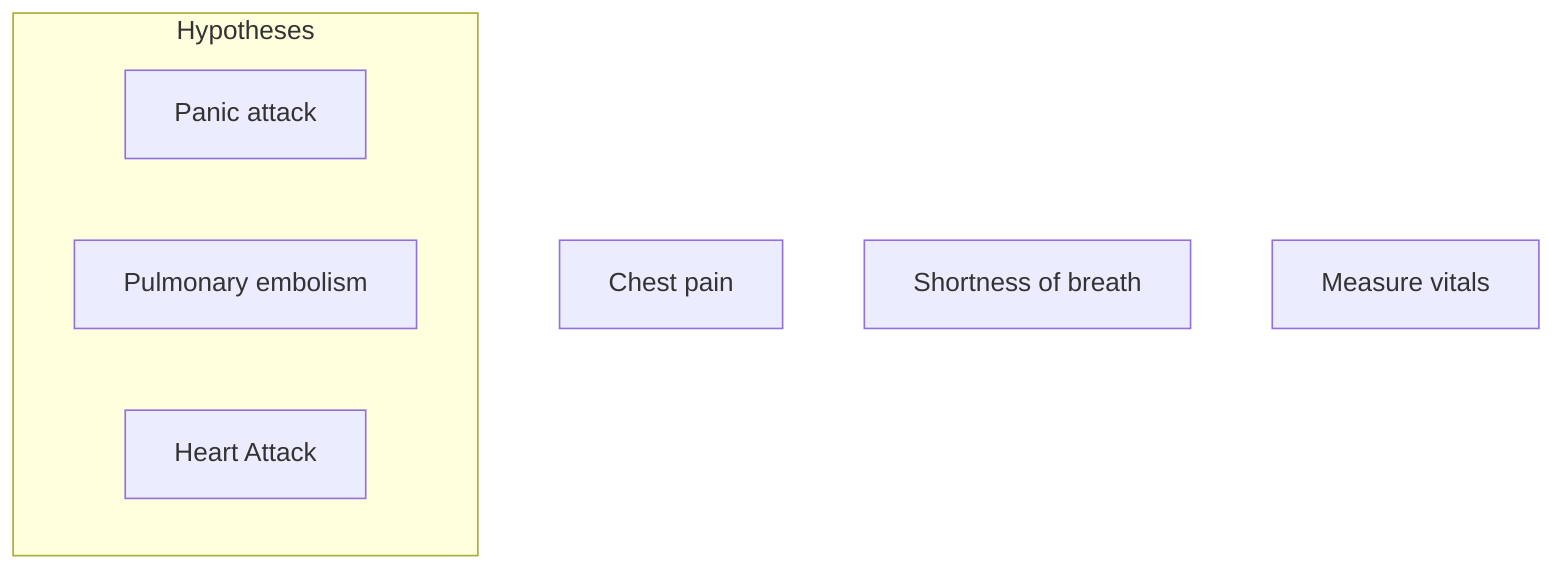
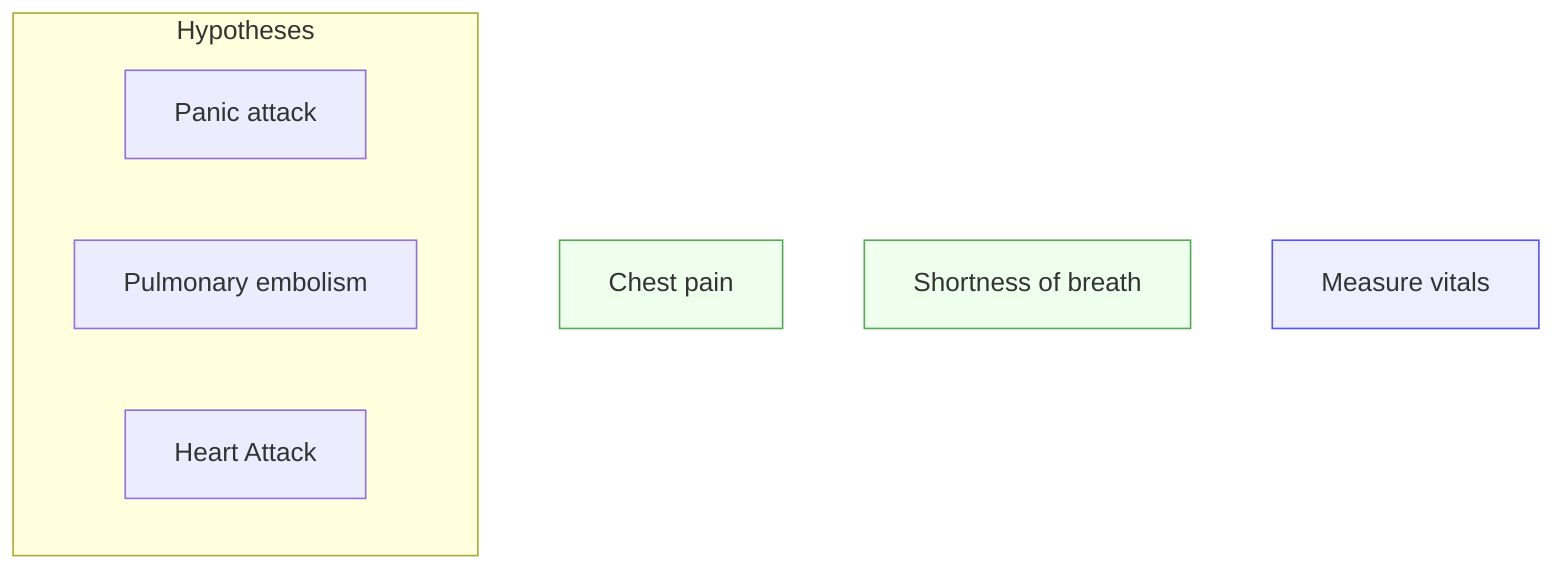
flowchart TD
  O1["Chest pain"]
  O2["Shortness of breath"]
  A1["Measure vitals"]

+   classDef obs fill:#efe,stroke:#5a5;
+   classDef action fill:#eef,stroke:#55f;
+ 
+   class O1 obs
+   class O2 obs
+   class A1 action

subgraph Hypotheses
  H1["Panic attack"]
  H2["Pulmonary embolism"]
  H3["Heart Attack"]
end

